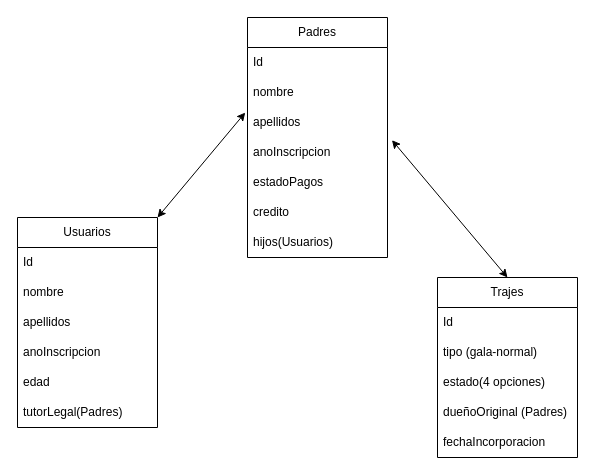
The draw.io diagram documentacion/TFG.drawio in seentry/PFC, before the edit. Source tidied: cells renumbered, new cells numbered last; positions are measured from the earlier drawing's top-left corner, leaving out a move shared by most shapes. Both pictures are drawn from the tidied source at 100%, with x=0, y=0 at pixel (17, 17).
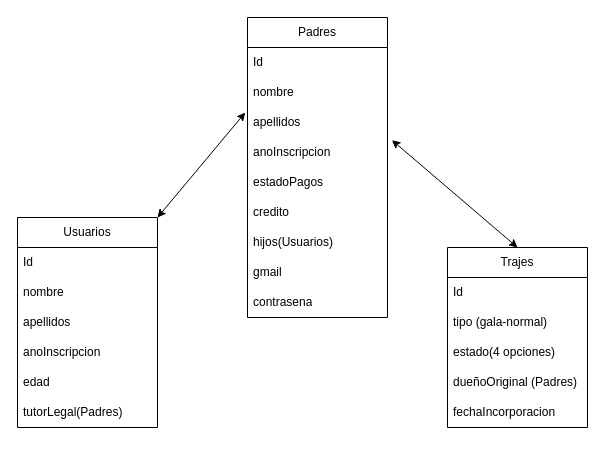
The same page after the edit.

Commit message:
cambiar diagrama

Change to the diagram source:
```diff
@@
     <mxCell id="2" value="Padres" style="swimlane;fontStyle=0;horizontal=1;startSize=30;whiteSpace=wrap;html=1;" parent="1" vertex="1">
-      <mxGeometry x="230" width="140" height="240" as="geometry" />
+      <mxGeometry x="230" width="140" height="300" as="geometry" />
     </mxCell>
@@
+    <mxCell id="25" value="gmail" style="text;strokeColor=none;fillColor=none;align=left;verticalAlign=middle;spacingLeft=4;spacingRight=4;overflow=hidden;whiteSpace=wrap;html=1;" parent="2" vertex="1">
+      <mxGeometry y="240" width="140" height="30" as="geometry" />
+    </mxCell>
+    <mxCell id="26" value="contrasena" style="text;strokeColor=none;fillColor=none;align=left;verticalAlign=middle;spacingLeft=4;spacingRight=4;overflow=hidden;whiteSpace=wrap;html=1;" parent="2" vertex="1">
+      <mxGeometry y="270" width="140" height="30" as="geometry" />
+    </mxCell>
@@
     <mxCell id="17" value="Trajes" style="swimlane;fontStyle=0;horizontal=1;startSize=30;whiteSpace=wrap;html=1;" parent="1" vertex="1">
-      <mxGeometry x="420" y="260" width="140" height="180" as="geometry" />
+      <mxGeometry x="430" y="230" width="140" height="180" as="geometry" />
     </mxCell>
```
